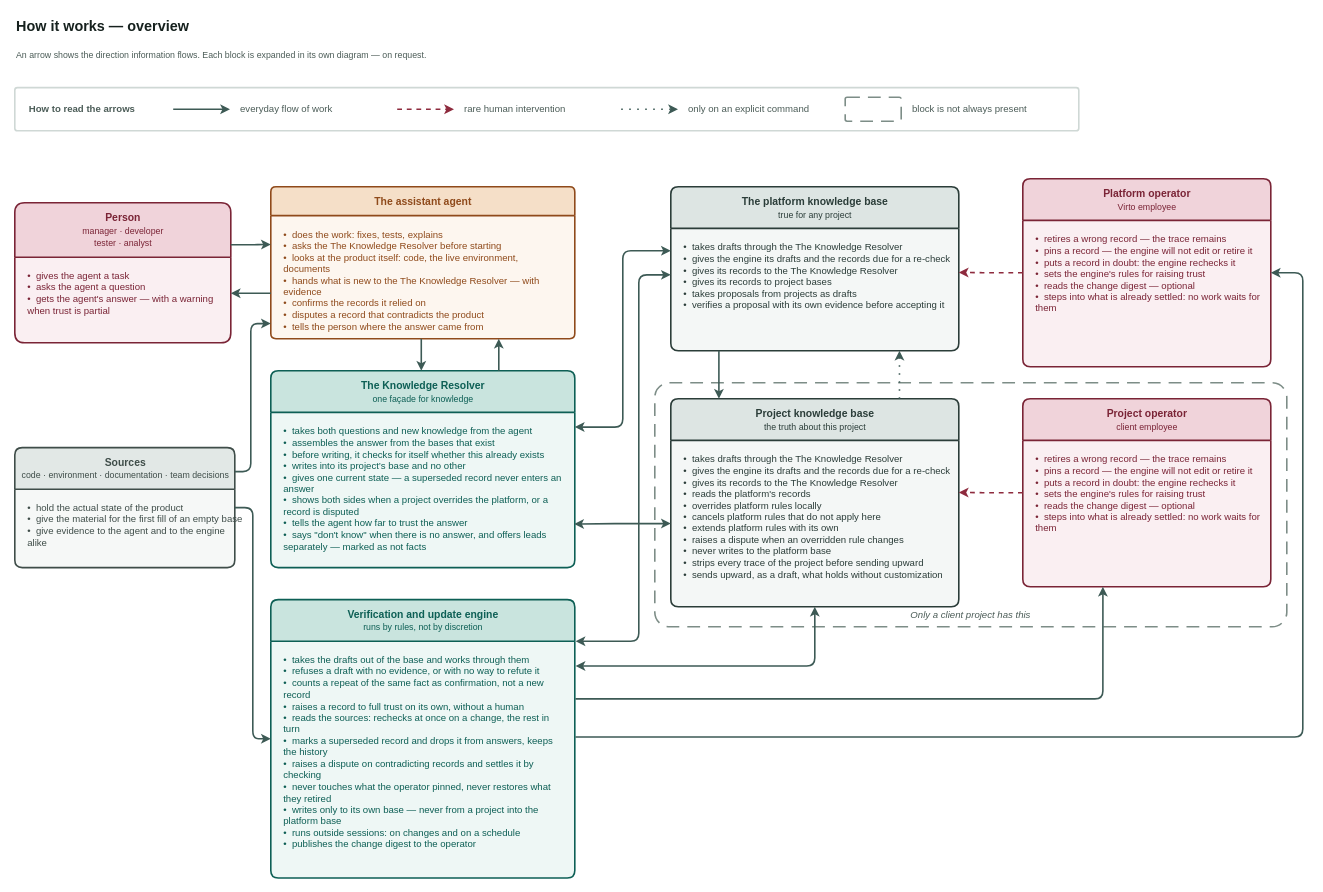
Earlier version of the draw.io diagram page "Overview" (1 of 7) of docs/adr/adr-knowledge-base-v3-overview.drawio (VirtoCommerce/ai-tools). Source tidied: cells renumbered, new cells numbered last; positions are measured from the earlier drawing's top-left corner, leaving out a move shared by most shapes. Both pictures are drawn from the tidied source at 80%, with x=0, y=0 at pixel (14, 14).
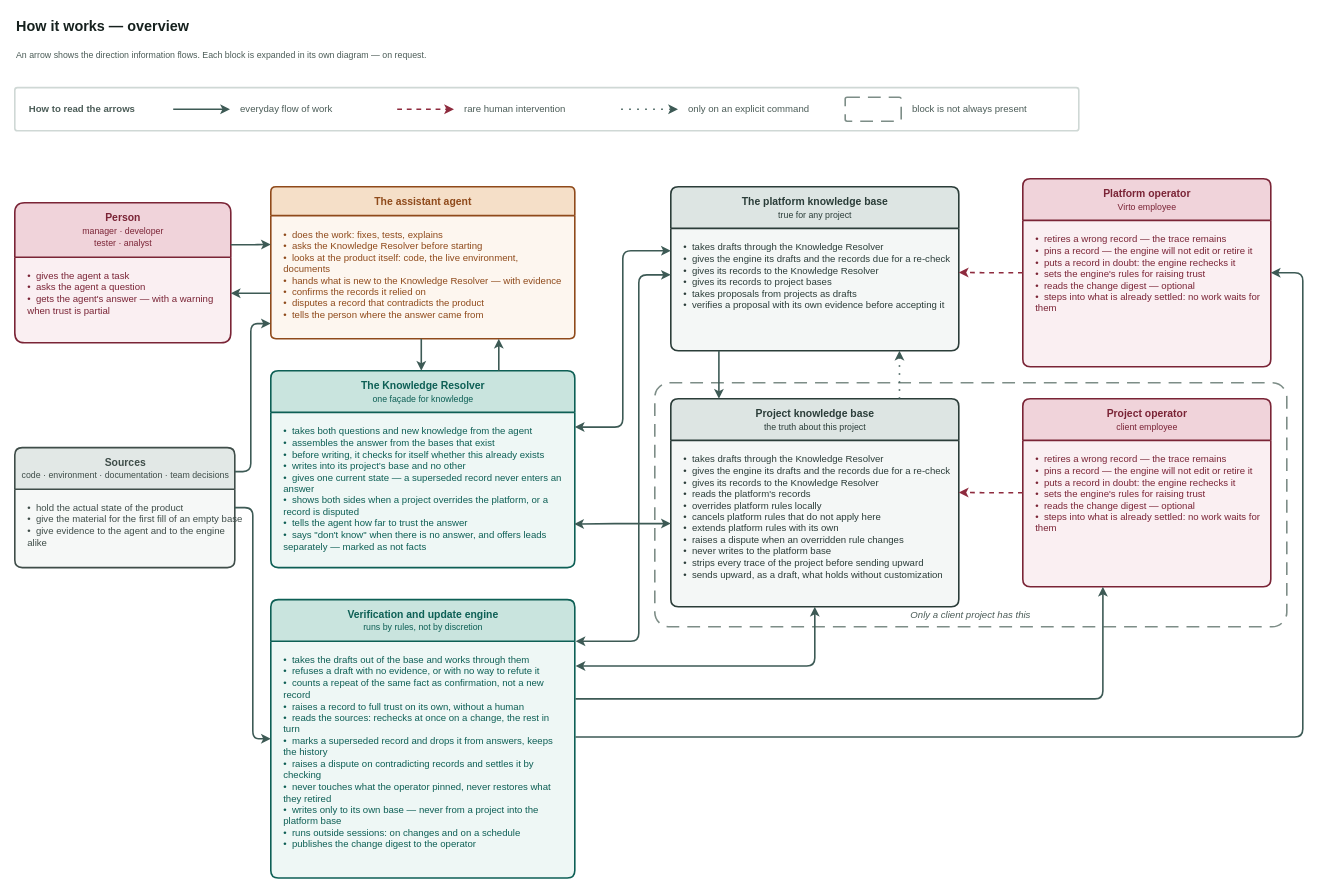
After the change.

Unchanged cells that the change refers to:
```xml
<mxCell id="21" value="The assistant agent" style="swimlane;html=1;rounded=1;arcSize=6;startSize=36;horizontal=1;fillColor=#f5dfc8;swimlaneFillColor=#fdf6ef;strokeColor=#8f4a1b;fontColor=#8f4a1b;fontSize=13;fontStyle=1;align=center;verticalAlign=middle;strokeWidth=2;fontFamily=Helvetica;" parent="1" vertex="1">
  <mxGeometry x="320" y="216" width="380" height="190" as="geometry" />
</mxCell>
<mxCell id="26" value="The platform knowledge base&lt;br&gt;&lt;span style=&quot;font-size:11px;font-weight:normal&quot;&gt;true for any project&lt;/span&gt;" style="swimlane;html=1;rounded=1;arcSize=6;startSize=52;horizontal=1;fillColor=#dde5e3;swimlaneFillColor=#f4f7f6;strokeColor=#2b3d39;fontColor=#2b3d39;fontSize=13;fontStyle=1;align=center;verticalAlign=middle;strokeWidth=2;fontFamily=Helvetica;" parent="1" vertex="1">
  <mxGeometry x="820" y="216" width="360" height="205" as="geometry" />
</mxCell>
<mxCell id="28" value="Project knowledge base&lt;br&gt;&lt;span style=&quot;font-size:11px;font-weight:normal&quot;&gt;the truth about this project&lt;/span&gt;" style="swimlane;html=1;rounded=1;arcSize=6;startSize=52;horizontal=1;fillColor=#dde5e3;swimlaneFillColor=#f4f7f6;strokeColor=#2b3d39;fontColor=#2b3d39;fontSize=13;fontStyle=1;align=center;verticalAlign=middle;strokeWidth=2;fontFamily=Helvetica;" parent="1" vertex="1">
  <mxGeometry x="820" y="481" width="360" height="260" as="geometry" />
</mxCell>
```

Diff of the diagram source:
```diff
@@
-    <mxCell id="22" value="•&amp;nbsp; does the work: fixes, tests, explains&lt;br&gt;•&amp;nbsp; asks the The Knowledge Resolver before starting&lt;br&gt;•&amp;nbsp; looks at the product itself: code, the live environment, documents&lt;br&gt;•&amp;nbsp; hands what is new to the The Knowledge Resolver — with evidence&lt;br&gt;•&amp;nbsp; confirms the records it relied on&lt;br&gt;•&amp;nbsp; disputes a record that contradicts the product&lt;br&gt;•&amp;nbsp; tells the person where the answer came from" style="text;html=1;align=left;verticalAlign=top;whiteSpace=wrap;spacingLeft=14;spacingTop=10;spacingRight=10;fontSize=12;fontColor=#8f4a1b;fontFamily=Helvetica;" parent="21" vertex="1">
+    <mxCell id="22" value="•&amp;nbsp; does the work: fixes, tests, explains&lt;br&gt;•&amp;nbsp; asks the Knowledge Resolver before starting&lt;br&gt;•&amp;nbsp; looks at the product itself: code, the live environment, documents&lt;br&gt;•&amp;nbsp; hands what is new to the Knowledge Resolver — with evidence&lt;br&gt;•&amp;nbsp; confirms the records it relied on&lt;br&gt;•&amp;nbsp; disputes a record that contradicts the product&lt;br&gt;•&amp;nbsp; tells the person where the answer came from" style="text;html=1;align=left;verticalAlign=top;whiteSpace=wrap;spacingLeft=14;spacingTop=10;spacingRight=10;fontSize=12;fontColor=#8f4a1b;fontFamily=Helvetica;" parent="21" vertex="1">
       <mxGeometry y="36" width="380" height="154" as="geometry" />
     </mxCell>
@@
-    <mxCell id="27" value="•&amp;nbsp; takes drafts through the The Knowledge Resolver&lt;br&gt;•&amp;nbsp; gives the engine its drafts and the records due for a re-check&lt;br&gt;•&amp;nbsp; gives its records to the The Knowledge Resolver&lt;br&gt;•&amp;nbsp; gives its records to project bases&lt;br&gt;•&amp;nbsp; takes proposals from projects as drafts&lt;br&gt;•&amp;nbsp; verifies a proposal with its own evidence before accepting it" style="text;html=1;align=left;verticalAlign=top;whiteSpace=wrap;spacingLeft=14;spacingTop=10;spacingRight=10;fontSize=12;fontColor=#2b3d39;fontFamily=Helvetica;" parent="26" vertex="1">
+    <mxCell id="27" value="•&amp;nbsp; takes drafts through the Knowledge Resolver&lt;br&gt;•&amp;nbsp; gives the engine its drafts and the records due for a re-check&lt;br&gt;•&amp;nbsp; gives its records to the Knowledge Resolver&lt;br&gt;•&amp;nbsp; gives its records to project bases&lt;br&gt;•&amp;nbsp; takes proposals from projects as drafts&lt;br&gt;•&amp;nbsp; verifies a proposal with its own evidence before accepting it" style="text;html=1;align=left;verticalAlign=top;whiteSpace=wrap;spacingLeft=14;spacingTop=10;spacingRight=10;fontSize=12;fontColor=#2b3d39;fontFamily=Helvetica;" parent="26" vertex="1">
       <mxGeometry y="52" width="360" height="153" as="geometry" />
     </mxCell>
@@
-    <mxCell id="29" value="•&amp;nbsp; takes drafts through the The Knowledge Resolver&lt;br&gt;•&amp;nbsp; gives the engine its drafts and the records due for a re-check&lt;br&gt;•&amp;nbsp; gives its records to the The Knowledge Resolver&lt;br&gt;•&amp;nbsp; reads the platform's records&lt;br&gt;•&amp;nbsp; overrides platform rules locally&lt;br&gt;•&amp;nbsp; cancels platform rules that do not apply here&lt;br&gt;•&amp;nbsp; extends platform rules with its own&lt;br&gt;•&amp;nbsp; raises a dispute when an overridden rule changes&lt;br&gt;•&amp;nbsp; never writes to the platform base&lt;br&gt;•&amp;nbsp; strips every trace of the project before sending upward&lt;br&gt;•&amp;nbsp; sends upward, as a draft, what holds without customization" style="text;html=1;align=left;verticalAlign=top;whiteSpace=wrap;spacingLeft=14;spacingTop=10;spacingRight=10;fontSize=12;fontColor=#2b3d39;fontFamily=Helvetica;" parent="28" vertex="1">
+    <mxCell id="29" value="•&amp;nbsp; takes drafts through the Knowledge Resolver&lt;br&gt;•&amp;nbsp; gives the engine its drafts and the records due for a re-check&lt;br&gt;•&amp;nbsp; gives its records to the Knowledge Resolver&lt;br&gt;•&amp;nbsp; reads the platform's records&lt;br&gt;•&amp;nbsp; overrides platform rules locally&lt;br&gt;•&amp;nbsp; cancels platform rules that do not apply here&lt;br&gt;•&amp;nbsp; extends platform rules with its own&lt;br&gt;•&amp;nbsp; raises a dispute when an overridden rule changes&lt;br&gt;•&amp;nbsp; never writes to the platform base&lt;br&gt;•&amp;nbsp; strips every trace of the project before sending upward&lt;br&gt;•&amp;nbsp; sends upward, as a draft, what holds without customization" style="text;html=1;align=left;verticalAlign=top;whiteSpace=wrap;spacingLeft=14;spacingTop=10;spacingRight=10;fontSize=12;fontColor=#2b3d39;fontFamily=Helvetica;" parent="28" vertex="1">
       <mxGeometry y="52" width="360" height="208" as="geometry" />
     </mxCell>
```
